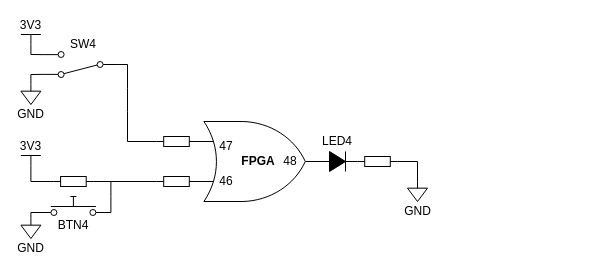
Earlier version of the draw.io diagram page "或门_实际" (10 of 12) of 多功能数字钟_实验指导书.drawio (zeandon/draw.io). Source tidied: cells renumbered, new cells numbered last; positions are measured from the earlier drawing's top-left corner, leaving out a move shared by most shapes. Both pictures are drawn from the tidied source at 100%, with x=0, y=0 at pixel (20, 29).
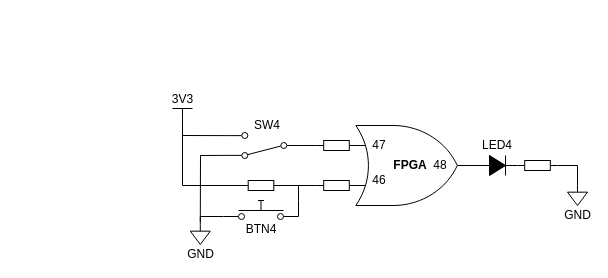
Above is the later version.

What changed in the source:
```diff
@@
     <mxCell id="2" style="verticalLabelPosition=bottom;shadow=0;dashed=0;align=center;html=1;verticalAlign=top;shape=mxgraph.electrical.logic_gates.logic_gate;operation=or;strokeColor=default;fontFamily=Helvetica;fontSize=12;fontColor=default;fillColor=default;" parent="1" vertex="1">
-      <mxGeometry x="160" y="92" width="156" height="80" as="geometry" />
+      <mxGeometry x="312" y="96" width="156" height="80" as="geometry" />
     </mxCell>
-    <mxCell id="3" style="fillColor=strokeColor;verticalLabelPosition=bottom;shadow=0;dashed=0;align=center;html=1;verticalAlign=top;shape=mxgraph.electrical.diodes.diode;" parent="1" vertex="1">
-      <mxGeometry x="297" y="122" width="40" height="20" as="geometry" />
-    </mxCell>
-    <mxCell id="4" style="html=1;shape=mxgraph.electrical.electro-mechanical.twoWaySwitch;elSwitchState=2;rotation=-180;" parent="1" vertex="1">
-      <mxGeometry x="22.6" y="22" width="75" height="26" as="geometry" />
-    </mxCell>
-    <mxCell id="5" value="GND" style="verticalLabelPosition=bottom;shadow=0;dashed=0;align=center;html=1;verticalAlign=middle;shape=mxgraph.electrical.signal_sources.signal_ground;strokeColor=default;fontFamily=Helvetica;fontSize=12;fontColor=default;fillColor=default;" parent="1" vertex="1">
-      <mxGeometry x="387" y="152" width="20" height="20" as="geometry" />
-    </mxCell>
-    <mxCell id="6" style="endArrow=none;html=1;rounded=0;fontFamily=Helvetica;fontSize=12;fontColor=default;exitX=1;exitY=0.5;exitDx=0;exitDy=0;exitPerimeter=0;entryX=0;entryY=0.5;entryDx=0;entryDy=0;entryPerimeter=0;" parent="1" edge="1" target="3">
-      <mxGeometry relative="1" as="geometry">
-        <mxPoint x="297" y="132" as="sourcePoint" />
-      </mxGeometry>
-    </mxCell>
-    <mxCell id="7" value=" " style="html=1;shape=mxgraph.electrical.electro-mechanical.pushbutton;elSwitchState=off;shadow=0;dashed=0;strokeColor=default;align=center;verticalAlign=top;fontFamily=Helvetica;fontSize=12;fontColor=default;fillColor=default;" parent="1" vertex="1">
-      <mxGeometry x="15.4" y="167" width="75" height="20" as="geometry" />
-    </mxCell>
-    <mxCell id="8" style="verticalLabelPosition=bottom;shadow=0;dashed=0;align=center;html=1;verticalAlign=top;shape=mxgraph.electrical.resistors.resistor_1;" parent="1" vertex="1">
-      <mxGeometry x="337" y="127" width="40" height="10" as="geometry" />
-    </mxCell>
-    <mxCell id="9" style="endArrow=none;html=1;rounded=0;fontFamily=Helvetica;fontSize=12;fontColor=default;entryX=0.5;entryY=0;entryDx=0;entryDy=0;entryPerimeter=0;exitX=1;exitY=0.5;exitDx=0;exitDy=0;exitPerimeter=0;" parent="1" edge="1" source="8" target="5">
-      <mxGeometry relative="1" as="geometry">
-        <Array as="points">
-          <mxPoint x="397" y="132" />
-        </Array>
-      </mxGeometry>
-    </mxCell>
-    <mxCell id="10" style="endArrow=none;html=1;rounded=0;fontFamily=Helvetica;fontSize=12;fontColor=default;entryX=0;entryY=0.75;entryDx=0;entryDy=0;entryPerimeter=0;exitX=1;exitY=0.8;exitDx=0;exitDy=0;" parent="1" edge="1" source="7">
-      <mxGeometry relative="1" as="geometry">
-        <mxPoint x="105.4" y="152" as="targetPoint" />
-        <Array as="points">
-          <mxPoint x="90.4" y="167" />
-          <mxPoint x="90.4" y="152" />
-        </Array>
-      </mxGeometry>
-    </mxCell>
-    <mxCell id="11" style="verticalLabelPosition=bottom;shadow=0;dashed=0;align=center;html=1;verticalAlign=top;shape=mxgraph.electrical.resistors.resistor_1;" parent="1" vertex="1">
-      <mxGeometry x="32.9" y="147" width="40" height="10" as="geometry" />
-    </mxCell>
-    <mxCell id="12" style="endArrow=none;html=1;rounded=0;fontFamily=Helvetica;fontSize=12;fontColor=default;exitX=1;exitY=0.5;exitDx=0;exitDy=0;exitPerimeter=0;entryX=0;entryY=0.5;entryDx=0;entryDy=0;entryPerimeter=0;" parent="1" edge="1">
-      <mxGeometry relative="1" as="geometry">
-        <mxPoint x="72.9" y="152" as="sourcePoint" />
-        <mxPoint x="136" y="152" as="targetPoint" />
-      </mxGeometry>
-    </mxCell>
+    <mxCell id="31" style="fillColor=strokeColor;verticalLabelPosition=bottom;shadow=0;dashed=0;align=center;html=1;verticalAlign=top;shape=mxgraph.electrical.diodes.diode;" parent="1" vertex="1">
+      <mxGeometry x="457" y="126" width="40" height="20" as="geometry" />
+    </mxCell>
+    <mxCell id="32" style="html=1;shape=mxgraph.electrical.electro-mechanical.twoWaySwitch;elSwitchState=2;rotation=-180;" parent="1" vertex="1">
+      <mxGeometry x="206.3" y="103" width="75" height="26" as="geometry" />
+    </mxCell>
+    <mxCell id="33" value="GND" style="verticalLabelPosition=bottom;shadow=0;dashed=0;align=center;html=1;verticalAlign=middle;shape=mxgraph.electrical.signal_sources.signal_ground;strokeColor=default;fontFamily=Helvetica;fontSize=12;fontColor=default;fillColor=default;" parent="1" vertex="1">
+      <mxGeometry x="547" y="156" width="20" height="20" as="geometry" />
+    </mxCell>
+    <mxCell id="34" style="endArrow=none;html=1;rounded=0;fontFamily=Helvetica;fontSize=12;fontColor=default;exitX=1;exitY=0.5;exitDx=0;exitDy=0;exitPerimeter=0;entryX=0;entryY=0.5;entryDx=0;entryDy=0;entryPerimeter=0;" parent="1" edge="1" target="31">
+      <mxGeometry relative="1" as="geometry">
+        <mxPoint x="457" y="136" as="sourcePoint" />
+      </mxGeometry>
+    </mxCell>
+    <mxCell id="35" value=" " style="html=1;shape=mxgraph.electrical.electro-mechanical.pushbutton;elSwitchState=off;shadow=0;dashed=0;strokeColor=default;align=center;verticalAlign=top;fontFamily=Helvetica;fontSize=12;fontColor=default;fillColor=default;" parent="1" vertex="1">
+      <mxGeometry x="203" y="171" width="75" height="20" as="geometry" />
+    </mxCell>
+    <mxCell id="36" style="verticalLabelPosition=bottom;shadow=0;dashed=0;align=center;html=1;verticalAlign=top;shape=mxgraph.electrical.resistors.resistor_1;" parent="1" vertex="1">
+      <mxGeometry x="497" y="131" width="40" height="10" as="geometry" />
+    </mxCell>
+    <mxCell id="37" style="endArrow=none;html=1;rounded=0;fontFamily=Helvetica;fontSize=12;fontColor=default;entryX=0.5;entryY=0;entryDx=0;entryDy=0;entryPerimeter=0;exitX=1;exitY=0.5;exitDx=0;exitDy=0;exitPerimeter=0;" parent="1" edge="1" source="36" target="33">
+      <mxGeometry relative="1" as="geometry">
+        <Array as="points">
+          <mxPoint x="557" y="136" />
+        </Array>
+      </mxGeometry>
+    </mxCell>
+    <mxCell id="38" style="endArrow=none;html=1;rounded=0;fontFamily=Helvetica;fontSize=12;fontColor=default;entryX=0;entryY=0.75;entryDx=0;entryDy=0;entryPerimeter=0;exitX=1;exitY=0.8;exitDx=0;exitDy=0;" parent="1" edge="1" source="35">
+      <mxGeometry relative="1" as="geometry">
+        <mxPoint x="293" y="156" as="targetPoint" />
+        <Array as="points">
+          <mxPoint x="278" y="171" />
+          <mxPoint x="278" y="156" />
+        </Array>
+      </mxGeometry>
+    </mxCell>
+    <mxCell id="39" style="verticalLabelPosition=bottom;shadow=0;dashed=0;align=center;html=1;verticalAlign=top;shape=mxgraph.electrical.resistors.resistor_1;" parent="1" vertex="1">
+      <mxGeometry x="220.5" y="151" width="40" height="10" as="geometry" />
+    </mxCell>
+    <mxCell id="40" style="endArrow=none;html=1;rounded=0;fontFamily=Helvetica;fontSize=12;fontColor=default;exitX=1;exitY=0.5;exitDx=0;exitDy=0;exitPerimeter=0;entryX=0;entryY=0.5;entryDx=0;entryDy=0;entryPerimeter=0;" parent="1" edge="1" source="39" target="46">
+      <mxGeometry relative="1" as="geometry" />
+    </mxCell>
+    <mxCell id="41" style="endArrow=none;html=1;rounded=0;fontFamily=Helvetica;fontSize=12;fontColor=default;entryX=0;entryY=0.5;entryDx=0;entryDy=0;entryPerimeter=0;exitX=0.5;exitY=0;exitDx=0;exitDy=0;exitPerimeter=0;" parent="1" edge="1" source="43" target="39">
+      <mxGeometry relative="1" as="geometry">
+        <Array as="points">
+          <mxPoint x="162" y="156" />
+        </Array>
+      </mxGeometry>
+    </mxCell>
     <mxCell id="13" value="FPGA" style="text;html=1;whiteSpace=wrap;strokeColor=none;fillColor=none;align=center;verticalAlign=middle;rounded=0;fontFamily=Helvetica;fontSize=12;fontColor=default;fontStyle=1;" parent="1" vertex="1">
-      <mxGeometry x="213" y="122" width="50" height="20" as="geometry" />
+      <mxGeometry x="365" y="126" width="50" height="20" as="geometry" />
     </mxCell>
     <mxCell id="14" value="46" style="text;html=1;whiteSpace=wrap;strokeColor=none;fillColor=none;align=center;verticalAlign=middle;rounded=0;fontFamily=Helvetica;fontSize=12;fontColor=default;" parent="1" vertex="1">
-      <mxGeometry x="196" y="142" width="20" height="20" as="geometry" />
+      <mxGeometry x="349" y="141" width="20" height="20" as="geometry" />
     </mxCell>
     <mxCell id="15" value="47" style="text;html=1;whiteSpace=wrap;strokeColor=none;fillColor=none;align=center;verticalAlign=middle;rounded=0;fontFamily=Helvetica;fontSize=12;fontColor=default;" parent="1" vertex="1">
-      <mxGeometry x="196" y="107" width="20" height="20" as="geometry" />
+      <mxGeometry x="349" y="106" width="20" height="20" as="geometry" />
     </mxCell>
     <mxCell id="16" value="48" style="text;html=1;whiteSpace=wrap;strokeColor=none;fillColor=none;align=center;verticalAlign=middle;rounded=0;fontFamily=Helvetica;fontSize=12;fontColor=default;" parent="1" vertex="1">
-      <mxGeometry x="260" y="122" width="20" height="20" as="geometry" />
+      <mxGeometry x="410" y="126" width="20" height="20" as="geometry" />
     </mxCell>
-    <mxCell id="17" style="verticalLabelPosition=bottom;shadow=0;dashed=0;align=center;html=1;verticalAlign=top;shape=mxgraph.electrical.resistors.resistor_1;" parent="1" vertex="1">
-      <mxGeometry x="136" y="107" width="40" height="10" as="geometry" />
-    </mxCell>
-    <mxCell id="18" style="endArrow=none;html=1;rounded=0;fontFamily=Helvetica;fontSize=12;fontColor=default;entryX=0;entryY=0.5;entryDx=0;entryDy=0;entryPerimeter=0;exitX=0;exitY=0.5;exitDx=0;exitDy=0;" parent="1" edge="1" source="4" target="17">
-      <mxGeometry relative="1" as="geometry">
-        <Array as="points">
-          <mxPoint x="107" y="35" />
-          <mxPoint x="107" y="59" />
-          <mxPoint x="107" y="82" />
-          <mxPoint x="107" y="112" />
-        </Array>
-      </mxGeometry>
-    </mxCell>
-    <mxCell id="19" value="GND" style="verticalLabelPosition=bottom;shadow=0;dashed=0;align=center;html=1;verticalAlign=middle;shape=mxgraph.electrical.signal_sources.signal_ground;strokeColor=default;fontFamily=Helvetica;fontSize=12;fontColor=default;fillColor=default;" parent="1" vertex="1">
-      <mxGeometry x="0.4" y="55" width="20" height="20" as="geometry" />
-    </mxCell>
-    <mxCell id="20" value="3V3" style="verticalLabelPosition=top;verticalAlign=bottom;shape=mxgraph.electrical.signal_sources.vdd;shadow=0;dashed=0;align=center;strokeWidth=1;fontSize=12;html=1;flipV=1;legacyAnchorPoints=0;strokeColor=default;fontFamily=Helvetica;fontColor=default;fillColor=default;" parent="1" vertex="1">
-      <mxGeometry x="0.4" y="5" width="20" height="10" as="geometry" />
-    </mxCell>
-    <mxCell id="21" style="endArrow=none;html=1;rounded=0;fontFamily=Helvetica;fontSize=12;fontColor=default;exitX=0.5;exitY=0;exitDx=0;exitDy=0;exitPerimeter=0;entryX=1;entryY=0.88;entryDx=0;entryDy=0;" parent="1" edge="1" source="20" target="4">
-      <mxGeometry relative="1" as="geometry">
-        <Array as="points">
-          <mxPoint x="10.4" y="25" />
-        </Array>
-      </mxGeometry>
-    </mxCell>
-    <mxCell id="22" style="endArrow=none;html=1;rounded=0;fontFamily=Helvetica;fontSize=12;fontColor=default;exitX=0.5;exitY=0;exitDx=0;exitDy=0;exitPerimeter=0;entryX=1;entryY=0.12;entryDx=0;entryDy=0;" parent="1" edge="1" source="19" target="4">
-      <mxGeometry relative="1" as="geometry">
-        <Array as="points">
-          <mxPoint x="10.4" y="45" />
-        </Array>
-      </mxGeometry>
-    </mxCell>
+    <mxCell id="42" style="verticalLabelPosition=bottom;shadow=0;dashed=0;align=center;html=1;verticalAlign=top;shape=mxgraph.electrical.resistors.resistor_1;" parent="1" vertex="1">
+      <mxGeometry x="296" y="111" width="40" height="10" as="geometry" />
+    </mxCell>
+    <mxCell id="43" value="3V3" style="verticalLabelPosition=top;verticalAlign=bottom;shape=mxgraph.electrical.signal_sources.vdd;shadow=0;dashed=0;align=center;strokeWidth=1;fontSize=12;html=1;flipV=1;legacyAnchorPoints=0;strokeColor=default;fontFamily=Helvetica;fontColor=default;fillColor=default;" parent="1" vertex="1">
+      <mxGeometry x="152" y="79" width="20" height="10" as="geometry" />
+    </mxCell>
+    <mxCell id="44" style="endArrow=none;html=1;rounded=0;fontFamily=Helvetica;fontSize=12;fontColor=default;exitX=0.5;exitY=0;exitDx=0;exitDy=0;exitPerimeter=0;entryX=1;entryY=0.88;entryDx=0;entryDy=0;" parent="1" edge="1" source="43" target="32">
+      <mxGeometry relative="1" as="geometry">
+        <Array as="points">
+          <mxPoint x="162" y="106" />
+        </Array>
+      </mxGeometry>
+    </mxCell>
+    <mxCell id="45" style="endArrow=none;html=1;rounded=0;fontFamily=Helvetica;fontSize=12;fontColor=default;entryX=1;entryY=0.12;entryDx=0;entryDy=0;" parent="1" edge="1" target="32">
+      <mxGeometry relative="1" as="geometry">
+        <mxPoint x="179.8" y="192" as="sourcePoint" />
+        <Array as="points">
+          <mxPoint x="180" y="126" />
+        </Array>
+      </mxGeometry>
+    </mxCell>
     <mxCell id="23" value="SW4" style="text;html=1;whiteSpace=wrap;strokeColor=none;fillColor=none;align=center;verticalAlign=middle;rounded=0;fontFamily=Helvetica;fontSize=12;fontColor=default;" parent="1" vertex="1">
-      <mxGeometry x="37.9" width="50" height="30" as="geometry" />
+      <mxGeometry x="221.5" y="81" width="50" height="30" as="geometry" />
     </mxCell>
-    <mxCell id="24" style="verticalLabelPosition=bottom;shadow=0;dashed=0;align=center;html=1;verticalAlign=top;shape=mxgraph.electrical.resistors.resistor_1;" parent="1" vertex="1">
-      <mxGeometry x="136" y="147" width="40" height="10" as="geometry" />
-    </mxCell>
+    <mxCell id="46" style="verticalLabelPosition=bottom;shadow=0;dashed=0;align=center;html=1;verticalAlign=top;shape=mxgraph.electrical.resistors.resistor_1;" parent="1" vertex="1">
+      <mxGeometry x="296" y="151" width="40" height="10" as="geometry" />
+    </mxCell>
     <mxCell id="25" value="BTN4" style="text;html=1;whiteSpace=wrap;strokeColor=none;fillColor=none;align=center;verticalAlign=middle;rounded=0;fontFamily=Helvetica;fontSize=12;fontColor=default;" parent="1" vertex="1">
-      <mxGeometry x="27.9" y="181" width="50" height="30" as="geometry" />
+      <mxGeometry x="215.5" y="185" width="50" height="30" as="geometry" />
     </mxCell>
-    <mxCell id="26" value="GND" style="verticalLabelPosition=bottom;shadow=0;dashed=0;align=center;html=1;verticalAlign=middle;shape=mxgraph.electrical.signal_sources.signal_ground;strokeColor=default;fontFamily=Helvetica;fontSize=12;fontColor=default;fillColor=default;" parent="1" vertex="1">
-      <mxGeometry x="0.4" y="189" width="20" height="20" as="geometry" />
-    </mxCell>
-    <mxCell id="27" style="endArrow=none;html=1;rounded=0;fontFamily=Helvetica;fontSize=12;fontColor=default;exitX=0.5;exitY=0;exitDx=0;exitDy=0;exitPerimeter=0;entryX=0;entryY=0.8;entryDx=0;entryDy=0;" parent="1" edge="1" source="26" target="7">
-      <mxGeometry relative="1" as="geometry">
-        <Array as="points">
-          <mxPoint x="10.4" y="183" />
-        </Array>
-      </mxGeometry>
-    </mxCell>
-    <mxCell id="28" value="3V3" style="verticalLabelPosition=top;verticalAlign=bottom;shape=mxgraph.electrical.signal_sources.vdd;shadow=0;dashed=0;align=center;strokeWidth=1;fontSize=12;html=1;flipV=1;legacyAnchorPoints=0;strokeColor=default;fontFamily=Helvetica;fontColor=default;fillColor=default;" parent="1" vertex="1">
-      <mxGeometry x="0.4" y="126" width="20" height="10" as="geometry" />
-    </mxCell>
-    <mxCell id="29" style="endArrow=none;html=1;rounded=0;fontFamily=Helvetica;fontSize=12;fontColor=default;exitX=0.5;exitY=0;exitDx=0;exitDy=0;exitPerimeter=0;entryX=0;entryY=0.5;entryDx=0;entryDy=0;entryPerimeter=0;" parent="1" edge="1" source="28" target="11">
-      <mxGeometry relative="1" as="geometry">
-        <Array as="points">
-          <mxPoint x="10.4" y="152" />
-        </Array>
-      </mxGeometry>
-    </mxCell>
+    <mxCell id="47" value="GND" style="verticalLabelPosition=bottom;shadow=0;dashed=0;align=center;html=1;verticalAlign=middle;shape=mxgraph.electrical.signal_sources.signal_ground;strokeColor=default;fontFamily=Helvetica;fontSize=12;fontColor=default;fillColor=default;" parent="1" vertex="1">
+      <mxGeometry x="169.8" y="195" width="20" height="20" as="geometry" />
+    </mxCell>
+    <mxCell id="48" style="endArrow=none;html=1;rounded=0;fontFamily=Helvetica;fontSize=12;fontColor=default;exitX=0.5;exitY=0;exitDx=0;exitDy=0;exitPerimeter=0;entryX=0;entryY=0.8;entryDx=0;entryDy=0;" parent="1" edge="1" source="47" target="35">
+      <mxGeometry relative="1" as="geometry">
+        <Array as="points">
+          <mxPoint x="179.8" y="187" />
+        </Array>
+      </mxGeometry>
+    </mxCell>
     <mxCell id="30" value="LED4" style="text;html=1;whiteSpace=wrap;strokeColor=none;fillColor=none;align=center;verticalAlign=middle;rounded=0;fontFamily=Helvetica;fontSize=12;fontColor=default;" parent="1" vertex="1">
-      <mxGeometry x="292" y="97" width="50" height="30" as="geometry" />
+      <mxGeometry x="452" y="101" width="50" height="30" as="geometry" />
     </mxCell>
+    <mxCell id="49" style="endArrow=none;html=1;rounded=0;fontFamily=Helvetica;fontSize=12;fontColor=default;exitX=0;exitY=0.5;exitDx=0;exitDy=0;entryX=0;entryY=0.5;entryDx=0;entryDy=0;entryPerimeter=0;" parent="1" edge="1" source="32" target="42">
+      <mxGeometry relative="1" as="geometry" />
+    </mxCell>
```
